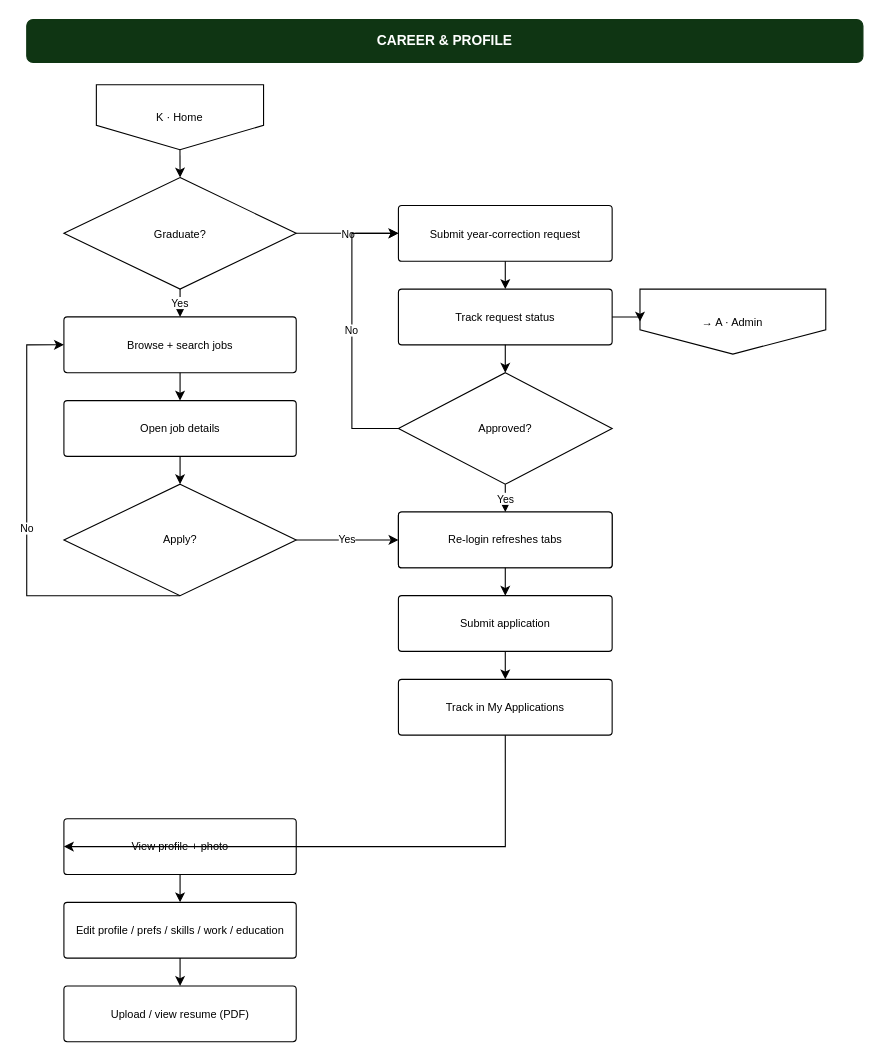
Above: page "Mobile — Career & Profile" (4 of 4) of docs/reunio-mobile-flow.drawio in dibidjims17/Alumni-System (draw.io), before the change. Source tidied: cells renumbered, new cells numbered last; positions are measured from the earlier drawing's top-left corner, leaving out a move shared by most shapes. Both pictures are drawn from the tidied source at 110%, with x=0, y=0 at pixel (26, 19).
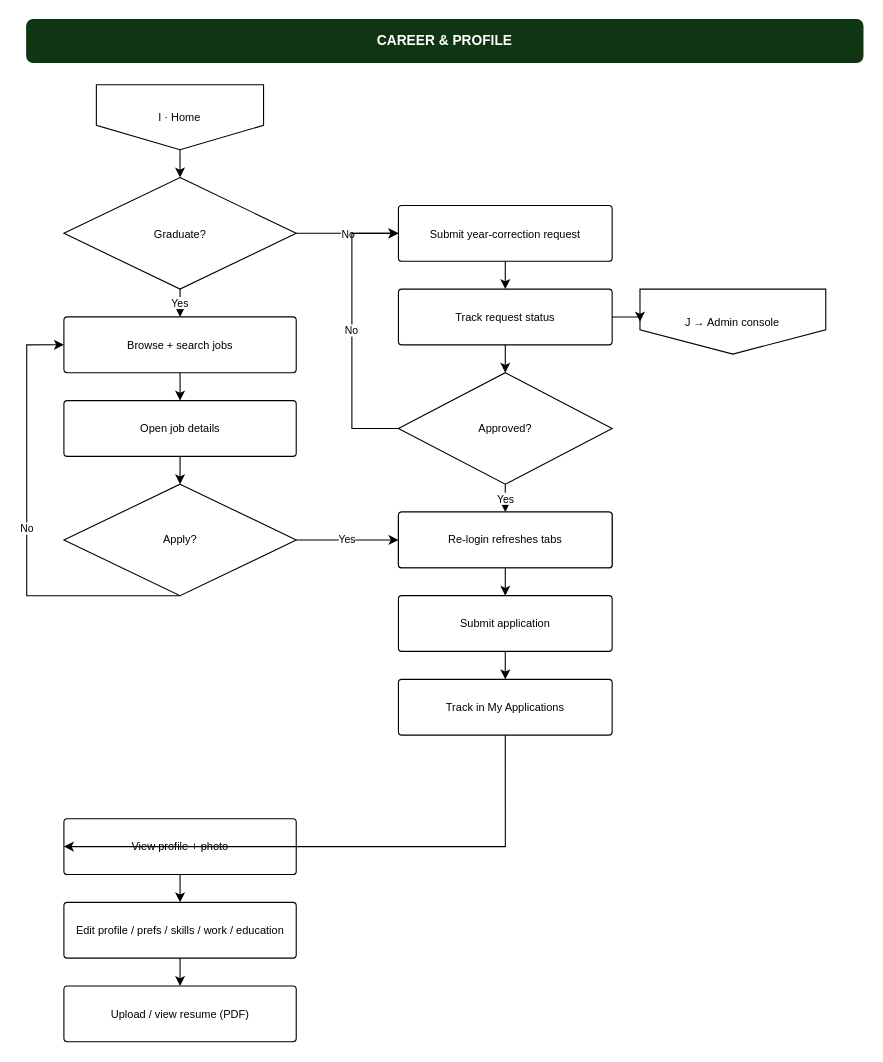
Above is the later version.

What changed in the source:
```diff
@@
-    <mxCell id="3" value="K · Home" style="shape=offPageConnector;whiteSpace=wrap;html=1;fontSize=10;" parent="1" vertex="1">
+    <mxCell id="3" value="I · Home" style="shape=offPageConnector;whiteSpace=wrap;html=1;fontSize=10;" parent="1" vertex="1">
       <mxGeometry x="63.1" y="59.5" width="152" height="59.1" as="geometry" />
     </mxCell>
@@
-    <mxCell id="18" value="→ A · Admin" style="shape=offPageConnector;whiteSpace=wrap;html=1;fontSize=10;" parent="1" vertex="1">
+    <mxCell id="18" value="J → Admin console" style="shape=offPageConnector;whiteSpace=wrap;html=1;fontSize=10;" parent="1" vertex="1">
       <mxGeometry x="557.3" y="245.3" width="168.9" height="59.1" as="geometry" />
     </mxCell>
```
